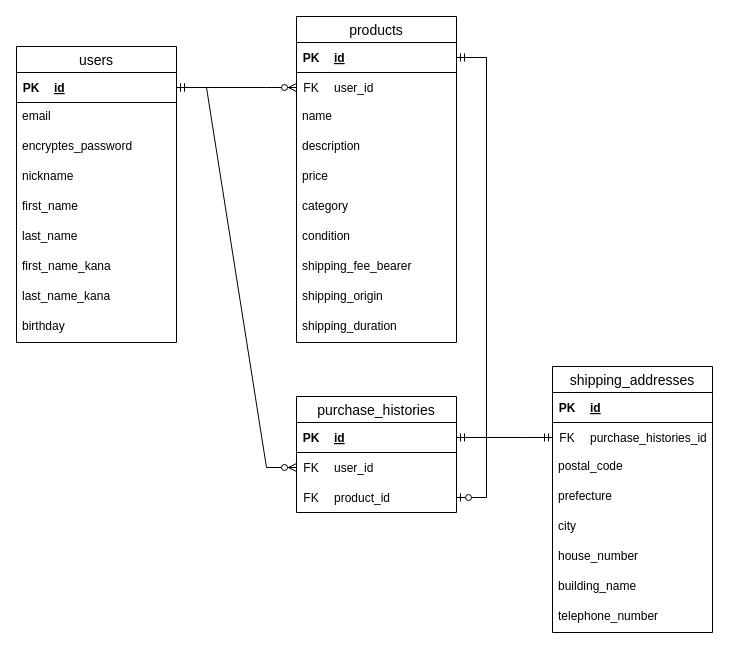
Before: config/db-configuration.dio in tsubi-kaiju/furima-39378, a draw.io diagram. Source tidied: cells renumbered, new cells numbered last; positions are measured from the earlier drawing's top-left corner, leaving out a move shared by most shapes. Both pictures are drawn from the tidied source at 100%, with x=0, y=0 at pixel (16, 16).
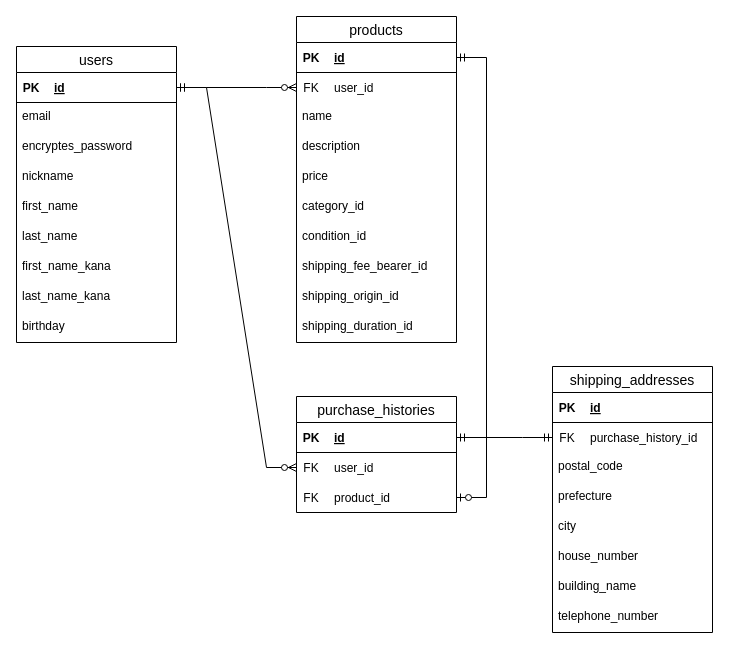
The same page after the edit.

Commit message (it also covers changes not shown here):
ER図とREADMEの修正

The change refers to these unchanged cells:
```xml
<mxCell id="31" style="shape=tableRow;horizontal=0;startSize=0;swimlaneHead=0;swimlaneBody=0;fillColor=none;points=[[0,0.5],[1,0.5]];portConstraint=eastwest;top=0;left=0;right=0;bottom=0;" parent="27" vertex="1">
  <mxGeometry y="30" width="160" height="30" as="geometry" />
</mxCell>
<mxCell id="40" value="products" style="swimlane;fontStyle=0;horizontal=1;startSize=26;align=center;fontSize=14;" parent="1" vertex="1">
  <mxGeometry x="280" width="160" height="326" as="geometry" />
</mxCell>
```

What changed in the source:
```diff
@@
-    <mxCell id="33" value="purchase_histories_id" style="shape=partialRectangle;fillColor=none;top=0;left=0;bottom=0;right=0;align=left;spacingLeft=6;fontStyle=0;overflow=hidden;" parent="31" vertex="1">
+    <mxCell id="33" value="purchase_history_id" style="shape=partialRectangle;fillColor=none;top=0;left=0;bottom=0;right=0;align=left;spacingLeft=6;fontStyle=0;overflow=hidden;" parent="31" vertex="1">
       <mxGeometry x="30" width="130" height="30" as="geometry" />
     </mxCell>
@@
-    <mxCell id="51" value="category" style="text;strokeColor=none;fillColor=none;spacingLeft=4;spacingRight=4;overflow=hidden;fontSize=12;" parent="40" vertex="1">
+    <mxCell id="51" value="category_id" style="text;strokeColor=none;fillColor=none;spacingLeft=4;spacingRight=4;overflow=hidden;fontSize=12;" parent="40" vertex="1">
       <mxGeometry y="176" width="160" height="30" as="geometry" />
     </mxCell>
-    <mxCell id="52" value="condition" style="text;strokeColor=none;fillColor=none;spacingLeft=4;spacingRight=4;overflow=hidden;fontSize=12;" parent="40" vertex="1">
+    <mxCell id="52" value="condition_id" style="text;strokeColor=none;fillColor=none;spacingLeft=4;spacingRight=4;overflow=hidden;fontSize=12;" parent="40" vertex="1">
       <mxGeometry y="206" width="160" height="30" as="geometry" />
     </mxCell>
-    <mxCell id="53" value="shipping_fee_bearer" style="text;strokeColor=none;fillColor=none;spacingLeft=4;spacingRight=4;overflow=hidden;fontSize=12;" parent="40" vertex="1">
+    <mxCell id="53" value="shipping_fee_bearer_id" style="text;strokeColor=none;fillColor=none;spacingLeft=4;spacingRight=4;overflow=hidden;fontSize=12;" parent="40" vertex="1">
       <mxGeometry y="236" width="160" height="30" as="geometry" />
     </mxCell>
-    <mxCell id="54" value="shipping_origin" style="text;strokeColor=none;fillColor=none;spacingLeft=4;spacingRight=4;overflow=hidden;fontSize=12;" parent="40" vertex="1">
+    <mxCell id="54" value="shipping_origin_id" style="text;strokeColor=none;fillColor=none;spacingLeft=4;spacingRight=4;overflow=hidden;fontSize=12;" parent="40" vertex="1">
       <mxGeometry y="266" width="160" height="30" as="geometry" />
     </mxCell>
-    <mxCell id="55" value="shipping_duration" style="text;strokeColor=none;fillColor=none;spacingLeft=4;spacingRight=4;overflow=hidden;fontSize=12;" parent="40" vertex="1">
+    <mxCell id="55" value="shipping_duration_id" style="text;strokeColor=none;fillColor=none;spacingLeft=4;spacingRight=4;overflow=hidden;fontSize=12;" parent="40" vertex="1">
       <mxGeometry y="296" width="160" height="30" as="geometry" />
     </mxCell>
```
